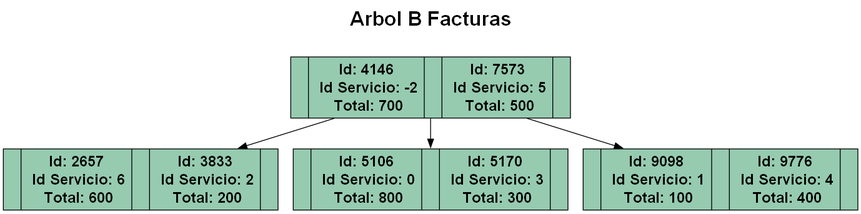
Above: Fase2/Reportes/facturas.png in Saloj17/-EDD-1S2025_201900081 (Graphviz), before the change. Its source is kept beside it as Fase2/Reportes/facturas.dot.
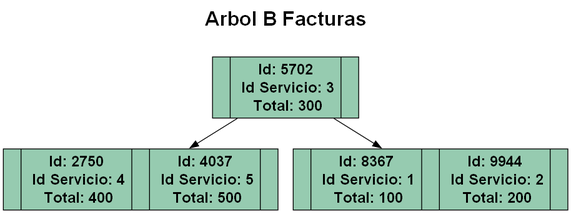
Above is the later version.

Diff of the diagram source:
```diff
@@ -6,11 +6,9 @@
   labelloc = "t";
   fontsize = 24;
   fontname = "Helvetica-Bold";
-  nodo_58870012 [label=" |Id: 4146\n Id Servicio: -2\n Total: 700| |Id: 7573\n Id Servicio: 5\n Total: 500|" style="filled" fillcolor="#96cbb0" fontname="Helvetica-Bold" fontsize = 18];
-  nodo_60068066 [label=" |Id: 2657\n Id Servicio: 6\n Total: 600| |Id: 3833\n Id Servicio: 2\n Total: 200|" style="filled" fillcolor="#96cbb0" fontname="Helvetica-Bold" fontsize = 18];
-  nodo_58870012 -> nodo_60068066;
-  nodo_3741682 [label=" |Id: 5106\n Id Servicio: 0\n Total: 800| |Id: 5170\n Id Servicio: 3\n Total: 300|" style="filled" fillcolor="#96cbb0" fontname="Helvetica-Bold" fontsize = 18];
-  nodo_58870012 -> nodo_3741682;
-  nodo_33675143 [label=" |Id: 9098\n Id Servicio: 1\n Total: 100| |Id: 9776\n Id Servicio: 4\n Total: 400|" style="filled" fillcolor="#96cbb0" fontname="Helvetica-Bold" fontsize = 18];
-  nodo_58870012 -> nodo_33675143;
+  nodo_43332040 [label=" |Id: 5702\n Id Servicio: 3\n Total: 300|" style="filled" fillcolor="#96cbb0" fontname="Helvetica-Bold" fontsize = 18];
+  nodo_54444047 [label=" |Id: 2750\n Id Servicio: 4\n Total: 400| |Id: 4037\n Id Servicio: 5\n Total: 500|" style="filled" fillcolor="#96cbb0" fontname="Helvetica-Bold" fontsize = 18];
+  nodo_43332040 -> nodo_54444047;
+  nodo_20234383 [label=" |Id: 8367\n Id Servicio: 1\n Total: 100| |Id: 9944\n Id Servicio: 2\n Total: 200|" style="filled" fillcolor="#96cbb0" fontname="Helvetica-Bold" fontsize = 18];
+  nodo_43332040 -> nodo_20234383;
 }
```
